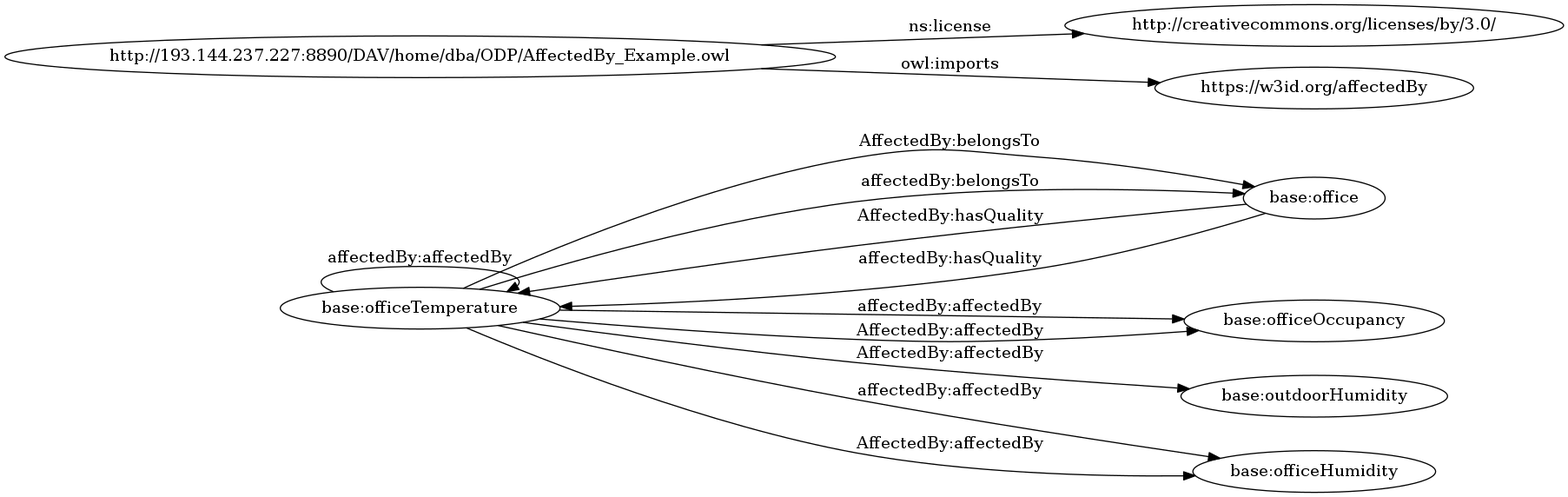
The Graphviz diagram OnToology/examples/example1.owl/diagrams/ar2dtool-class/example1.owl.png in iesnaola/AffectedBy, before a commit. Its source is kept beside it as OnToology/examples/example1.owl/diagrams/ar2dtool-class/example1.owl.png.dot. Source of this version:
```dot
digraph ar2dtool_diagram {
rankdir=LR;
size="1501"
	"base:officeTemperature" -> "base:office" [ label = "AffectedBy:belongsTo" ];
	"base:officeTemperature" -> "base:officeTemperature" [ label = "affectedBy:affectedBy" ];
	"base:officeTemperature" -> "base:officeOccupancy" [ label = "affectedBy:affectedBy" ];
	"base:officeTemperature" -> "base:outdoorHumidity" [ label = "AffectedBy:affectedBy" ];
	"base:officeTemperature" -> "base:officeHumidity" [ label = "affectedBy:affectedBy" ];
	"base:officeTemperature" -> "base:office" [ label = "affectedBy:belongsTo" ];
	"base:officeTemperature" -> "base:officeOccupancy" [ label = "AffectedBy:affectedBy" ];
	"base:officeTemperature" -> "base:officeHumidity" [ label = "AffectedBy:affectedBy" ];
	"http://193.144.237.227:8890/DAV/home/dba/ODP/AffectedBy_Example.owl" -> "http://creativecommons.org/licenses/by/3.0/" [ label = "ns:license" ];
	"http://193.144.237.227:8890/DAV/home/dba/ODP/AffectedBy_Example.owl" -> "https://w3id.org/affectedBy" [ label = "owl:imports" ];
	"base:office" -> "base:officeTemperature" [ label = "AffectedBy:hasQuality" ];
	"base:office" -> "base:officeTemperature" [ label = "affectedBy:hasQuality" ];

}
```
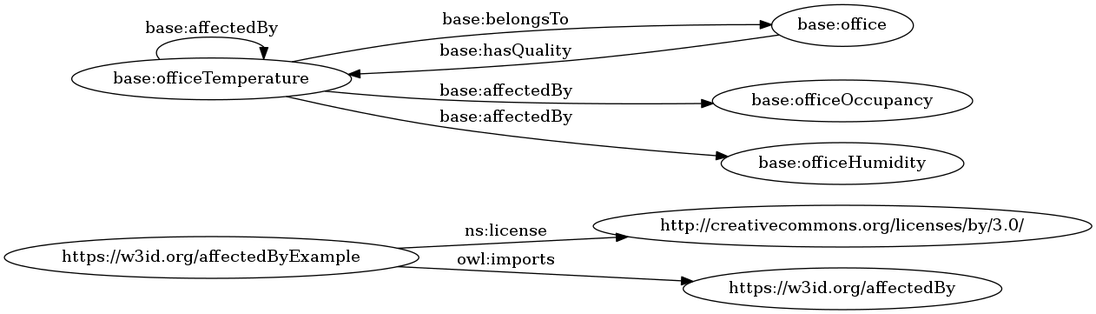
The same diagram one commit later.

What changed in the source:
```diff
@@ -1,17 +1,12 @@
 digraph ar2dtool_diagram {
 rankdir=LR;
 size="1501"
-	"base:officeTemperature" -> "base:office" [ label = "AffectedBy:belongsTo" ];
-	"base:officeTemperature" -> "base:officeTemperature" [ label = "affectedBy:affectedBy" ];
-	"base:officeTemperature" -> "base:officeOccupancy" [ label = "affectedBy:affectedBy" ];
-	"base:officeTemperature" -> "base:outdoorHumidity" [ label = "AffectedBy:affectedBy" ];
-	"base:officeTemperature" -> "base:officeHumidity" [ label = "affectedBy:affectedBy" ];
-	"base:officeTemperature" -> "base:office" [ label = "affectedBy:belongsTo" ];
-	"base:officeTemperature" -> "base:officeOccupancy" [ label = "AffectedBy:affectedBy" ];
-	"base:officeTemperature" -> "base:officeHumidity" [ label = "AffectedBy:affectedBy" ];
-	"http://193.144.237.227:8890/DAV/home/dba/ODP/AffectedBy_Example.owl" -> "http://creativecommons.org/licenses/by/3.0/" [ label = "ns:license" ];
-	"http://193.144.237.227:8890/DAV/home/dba/ODP/AffectedBy_Example.owl" -> "https://w3id.org/affectedBy" [ label = "owl:imports" ];
-	"base:office" -> "base:officeTemperature" [ label = "AffectedBy:hasQuality" ];
-	"base:office" -> "base:officeTemperature" [ label = "affectedBy:hasQuality" ];
+	"https://w3id.org/affectedByExample" -> "http://creativecommons.org/licenses/by/3.0/" [ label = "ns:license" ];
+	"https://w3id.org/affectedByExample" -> "https://w3id.org/affectedBy" [ label = "owl:imports" ];
+	"base:officeTemperature" -> "base:office" [ label = "base:belongsTo" ];
+	"base:officeTemperature" -> "base:officeTemperature" [ label = "base:affectedBy" ];
+	"base:officeTemperature" -> "base:officeOccupancy" [ label = "base:affectedBy" ];
+	"base:officeTemperature" -> "base:officeHumidity" [ label = "base:affectedBy" ];
+	"base:office" -> "base:officeTemperature" [ label = "base:hasQuality" ];
 
 }
```
